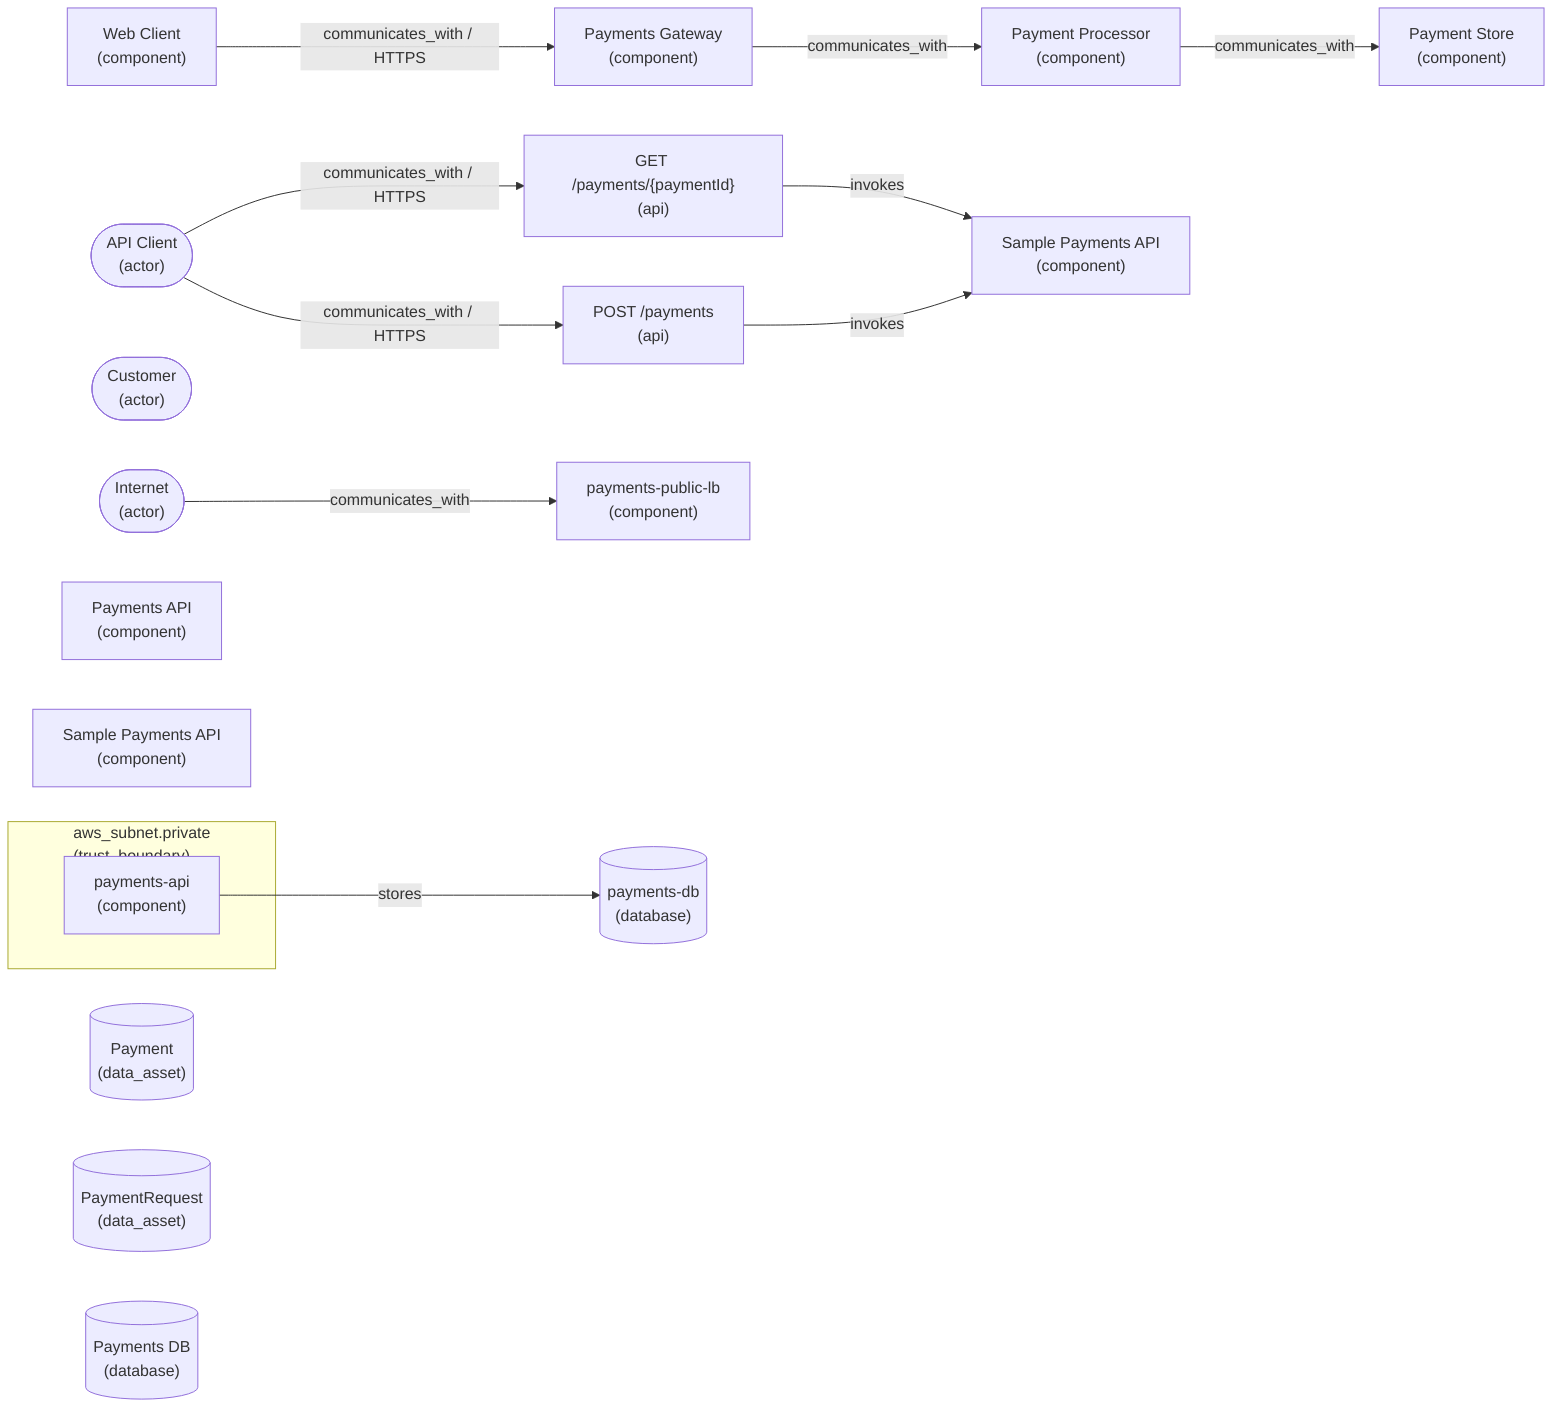
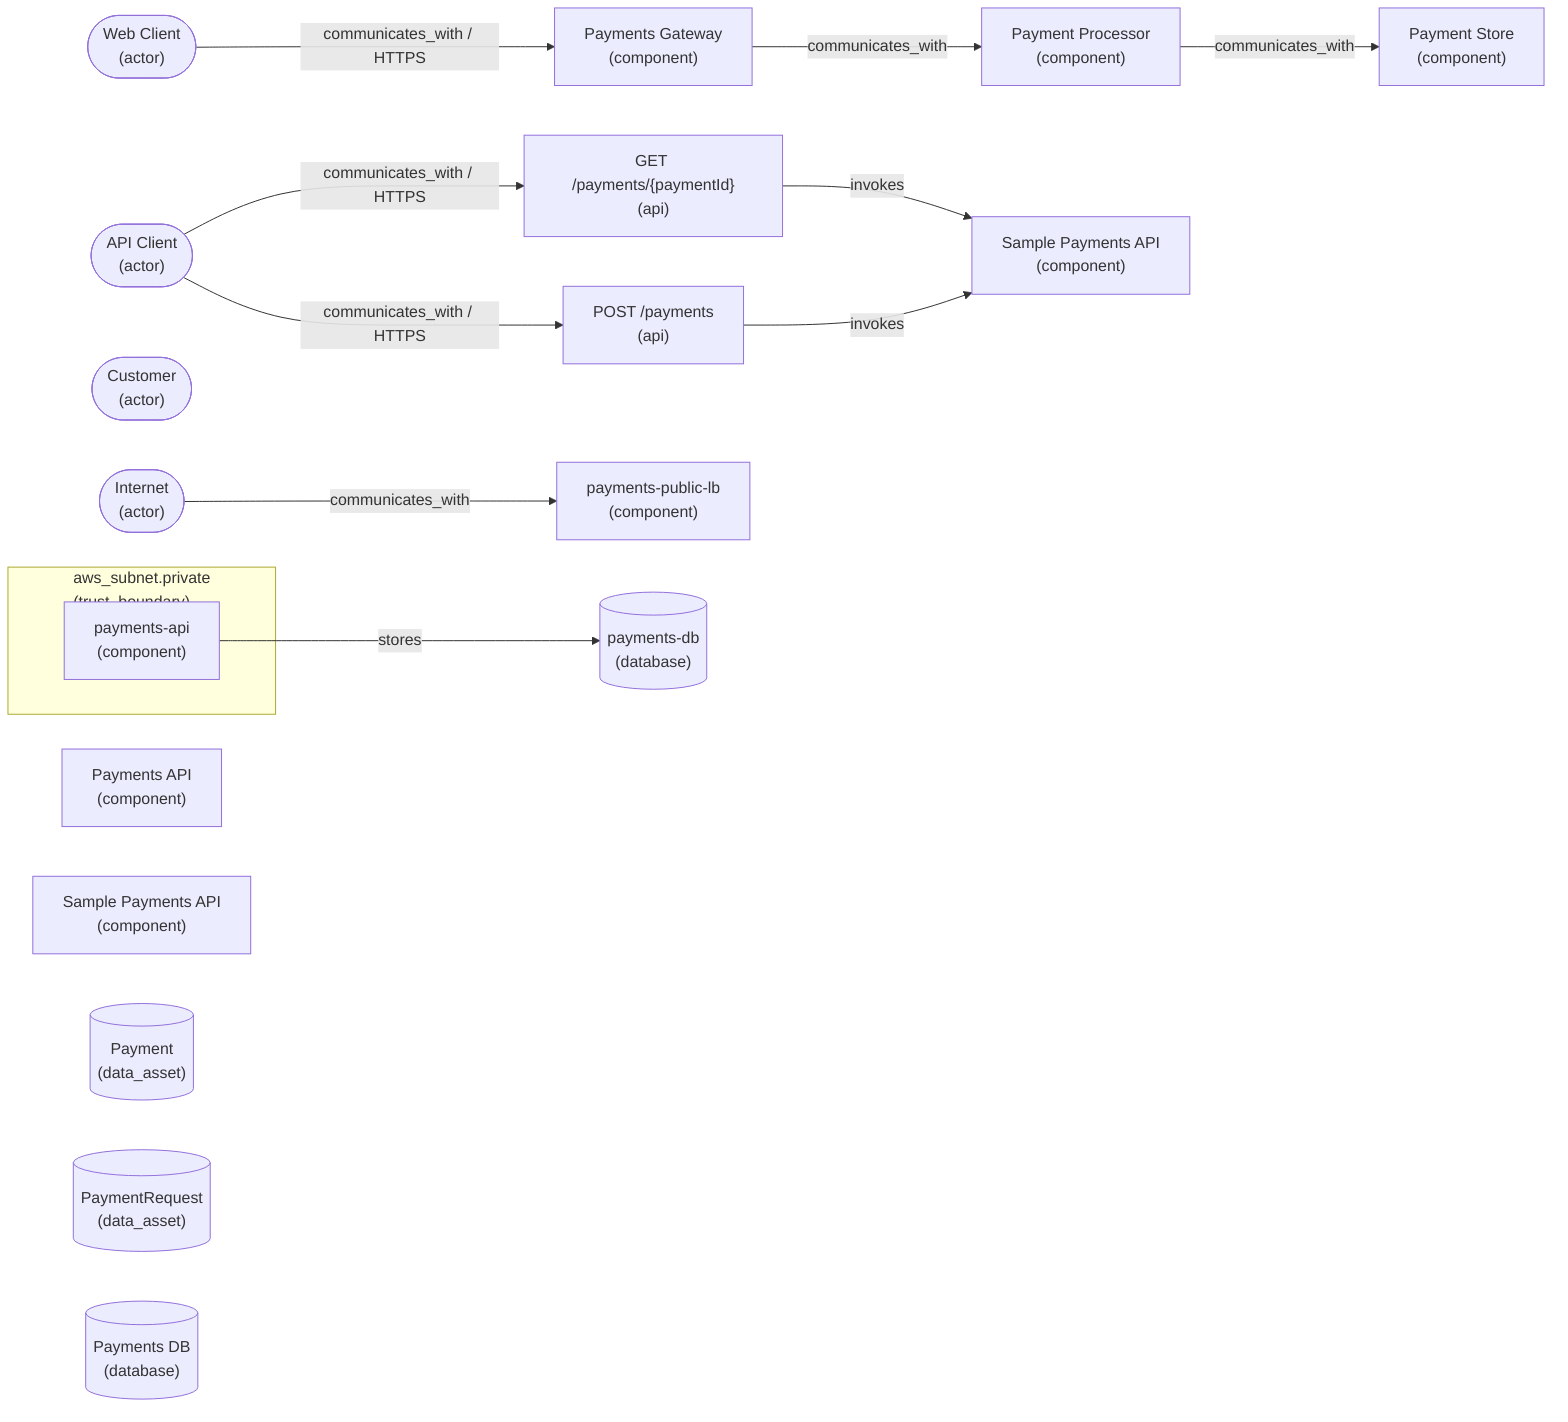
flowchart LR
  %% Generated from system_model.json. Do not edit manually.
  subgraph n_2aac25e38c["aws_subnet.private\n(trust_boundary)"]
    n_ed57bad244["payments-api\n(component)"]
  end
  n_f238dbc2fb(["API Client\n(actor)"])
  n_3d72efd63f(["Customer\n(actor)"])
  n_40ff02c3aa(["Internet\n(actor)"])
+   n_f5a5bcaa64(["Web Client\n(actor)"])
  n_8380f54a1c["GET /payments/{paymentId}\n(api)"]
  n_9cd32496f4["POST /payments\n(api)"]
  n_8fbd39c839["Payment Processor\n(component)"]
  n_90805b71d3["Payment Store\n(component)"]
  n_4762e743ba["Payments API\n(component)"]
  n_18b953a710["Payments Gateway\n(component)"]
  n_c07feb1b52["Sample Payments API\n(component)"]
  n_ed1588d808["Sample Payments API\n(component)"]
-   n_e335f2f307["Web Client\n(component)"]
  n_40b4a18fad["payments-public-lb\n(component)"]
  n_f14744ba15[("Payment\n(data_asset)")]
  n_6daccfe197[("PaymentRequest\n(data_asset)")]
  n_6fac5d208b[("Payments DB\n(database)")]
  n_7d5776cd37[("payments-db\n(database)")]
+   n_f5a5bcaa64 -->|"communicates_with / HTTPS"| n_18b953a710
  n_f238dbc2fb -->|"communicates_with / HTTPS"| n_8380f54a1c
  n_f238dbc2fb -->|"communicates_with / HTTPS"| n_9cd32496f4
  n_40ff02c3aa -->|"communicates_with"| n_40b4a18fad
-   n_e335f2f307 -->|"communicates_with / HTTPS"| n_18b953a710
  n_18b953a710 -->|"communicates_with"| n_8fbd39c839
  n_8fbd39c839 -->|"communicates_with"| n_90805b71d3
  n_8380f54a1c -->|"invokes"| n_c07feb1b52
  n_9cd32496f4 -->|"invokes"| n_c07feb1b52
  n_ed57bad244 -->|"stores"| n_7d5776cd37
